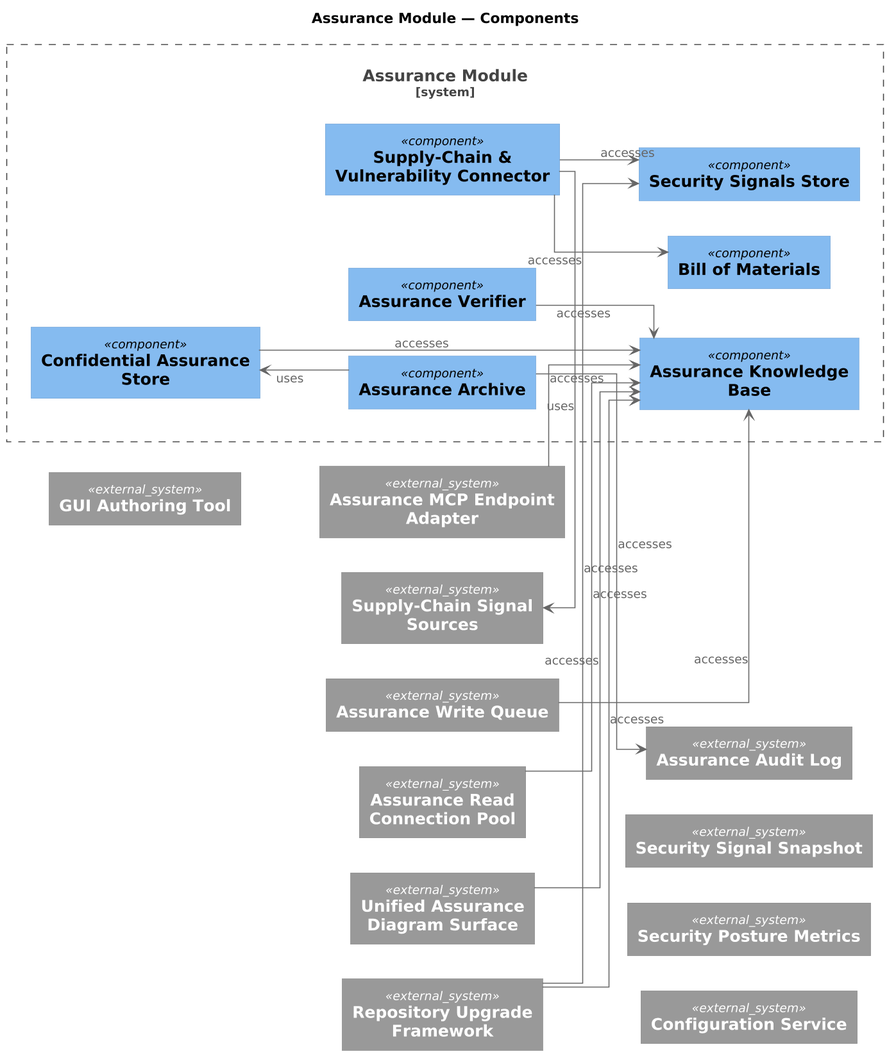
This is engagements/ENG-ARCH-REPO/architecture-repository/diagram-catalog/rendered/assurance/CC@1780829796.SOoZQh.assurance-module-components.png from mbauer83/architectonic, a PlantUML export, as it was before one commit.
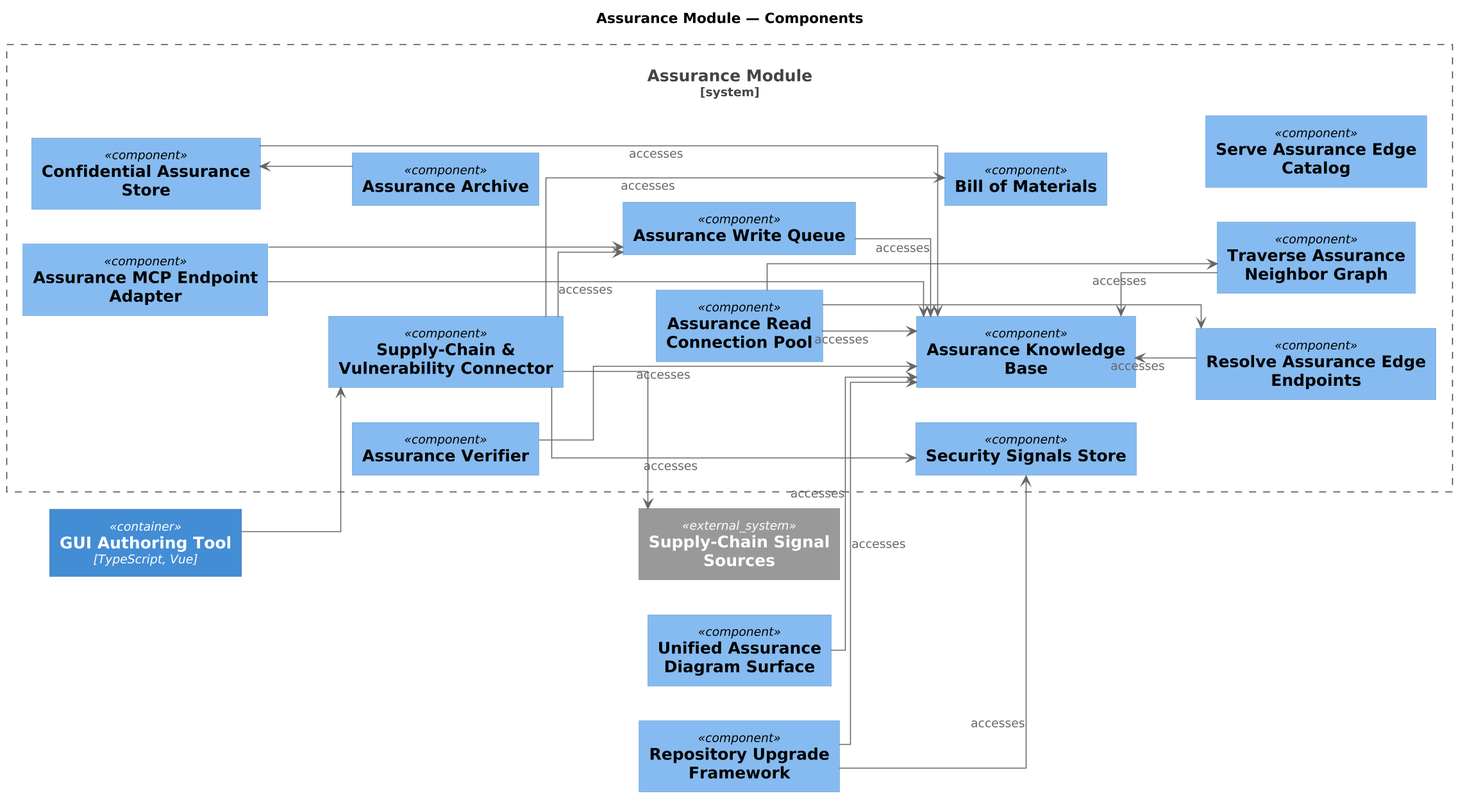
Above is the later version.

Change to the diagram source:
```diff
@@ -11,58 +11,61 @@
 title Assurance Module — Components
 
 System_Boundary(GRP_rW_2nX, "Assurance Module") {
+  Component(APP_m_U5S1, "Assurance MCP Endpoint Adapter", "")
   Component(APP_E0fzqZ, "Confidential Assurance Store", "")
   Component(APP_GnsLC8, "Assurance Archive", "")
   Component(APP_XFD85E, "Assurance Verifier", "")
   Component(APP_e2zPs6, "Supply-Chain & Vulnerability Connector", "")
+  Component(APP_uTC8zx, "Assurance Write Queue", "")
+  Component(APP_XWVKAX, "Assurance Read Connection Pool", "")
   Component(DOB_ApaPcg, "Assurance Knowledge Base", "")
   Component(DOB_dRnK_o, "Bill of Materials", "")
   Component(DOB_p04R7k, "Security Signals Store", "")
+  Component(FNC_EhfOy5, "Resolve Assurance Edge Endpoints", "")
+  Component(FNC_wHsa2g, "Traverse Assurance Neighbor Graph", "")
+  Component(FNC_xBRahY, "Serve Assurance Edge Catalog", "")
+  APP_m_U5S1 -[hidden]right- APP_E0fzqZ
   APP_E0fzqZ -[hidden]right- APP_GnsLC8
   APP_GnsLC8 -[hidden]right- APP_XFD85E
   APP_XFD85E -[hidden]right- APP_e2zPs6
-  APP_e2zPs6 -[hidden]right- DOB_ApaPcg
+  APP_e2zPs6 -[hidden]right- APP_uTC8zx
+  APP_uTC8zx -[hidden]right- APP_XWVKAX
+  APP_XWVKAX -[hidden]right- DOB_ApaPcg
   DOB_ApaPcg -[hidden]right- DOB_dRnK_o
   DOB_dRnK_o -[hidden]right- DOB_p04R7k
+  DOB_p04R7k -[hidden]right- FNC_EhfOy5
+  FNC_EhfOy5 -[hidden]right- FNC_wHsa2g
+  FNC_wHsa2g -[hidden]right- FNC_xBRahY
 
 }
 
-System_Ext(APP_lmO0mp, "GUI Authoring Tool")
-System_Ext(APP_m_U5S1, "Assurance MCP Endpoint Adapter")
+Container(APP_lmO0mp, "GUI Authoring Tool", "TypeScript, Vue")
 System_Ext(APP_JqIBPJ, "Supply-Chain Signal Sources")
-System_Ext(APP_uTC8zx, "Assurance Write Queue")
-System_Ext(APP_XWVKAX, "Assurance Read Connection Pool")
-System_Ext(APP_KqDjXG, "Unified Assurance Diagram Surface")
-System_Ext(APP_OZbaBh, "Repository Upgrade Framework")
-System_Ext(DOB_H_xFye, "Assurance Audit Log")
-System_Ext(DOB_IU4RE4, "Security Signal Snapshot")
-System_Ext(DOB_6ruT_G, "Security Posture Metrics")
-System_Ext(SRV_e5MCiF, "Configuration Service")
-
-GRP_rW_2nX -[hidden]right- APP_lmO0mp
-APP_lmO0mp -[hidden]right- APP_m_U5S1
-APP_m_U5S1 -[hidden]right- APP_JqIBPJ
-APP_JqIBPJ -[hidden]right- APP_uTC8zx
-APP_uTC8zx -[hidden]right- APP_XWVKAX
-APP_XWVKAX -[hidden]right- APP_KqDjXG
-APP_KqDjXG -[hidden]right- APP_OZbaBh
-APP_OZbaBh -[hidden]right- DOB_H_xFye
-DOB_H_xFye -[hidden]right- DOB_IU4RE4
-DOB_IU4RE4 -[hidden]right- DOB_6ruT_G
-DOB_6ruT_G -[hidden]right- SRV_e5MCiF
-
+Component(APP_KqDjXG, "Unified Assurance Diagram Surface", "")
+Component(APP_OZbaBh, "Repository Upgrade Framework", "")
 
 APP_m_U5S1 --> DOB_ApaPcg : accesses
-APP_GnsLC8 --> APP_E0fzqZ : uses
+APP_GnsLC8 --> APP_E0fzqZ
 APP_E0fzqZ --> DOB_ApaPcg : accesses
-APP_GnsLC8 --> DOB_H_xFye : accesses
 APP_XFD85E --> DOB_ApaPcg : accesses
 APP_e2zPs6 --> DOB_dRnK_o : accesses
 APP_e2zPs6 --> DOB_p04R7k : accesses
-APP_e2zPs6 --> APP_JqIBPJ : uses
+APP_e2zPs6 --> APP_JqIBPJ
+APP_m_U5S1 --> APP_uTC8zx
+APP_e2zPs6 --> APP_uTC8zx
 APP_uTC8zx --> DOB_ApaPcg : accesses
 APP_XWVKAX --> DOB_ApaPcg : accesses
+APP_XWVKAX --> FNC_EhfOy5
+APP_XWVKAX --> FNC_wHsa2g
 APP_KqDjXG --> DOB_ApaPcg : accesses
 APP_OZbaBh --> DOB_ApaPcg : accesses
 APP_OZbaBh --> DOB_p04R7k : accesses
+FNC_EhfOy5 --> DOB_ApaPcg : accesses
+FNC_wHsa2g --> DOB_ApaPcg : accesses
+APP_lmO0mp --> APP_e2zPs6
+
+APP_lmO0mp -[hidden]right- APP_JqIBPJ
+APP_JqIBPJ -[hidden]right- APP_KqDjXG
+APP_KqDjXG -[hidden]right- APP_OZbaBh
+
 @enduml
```
